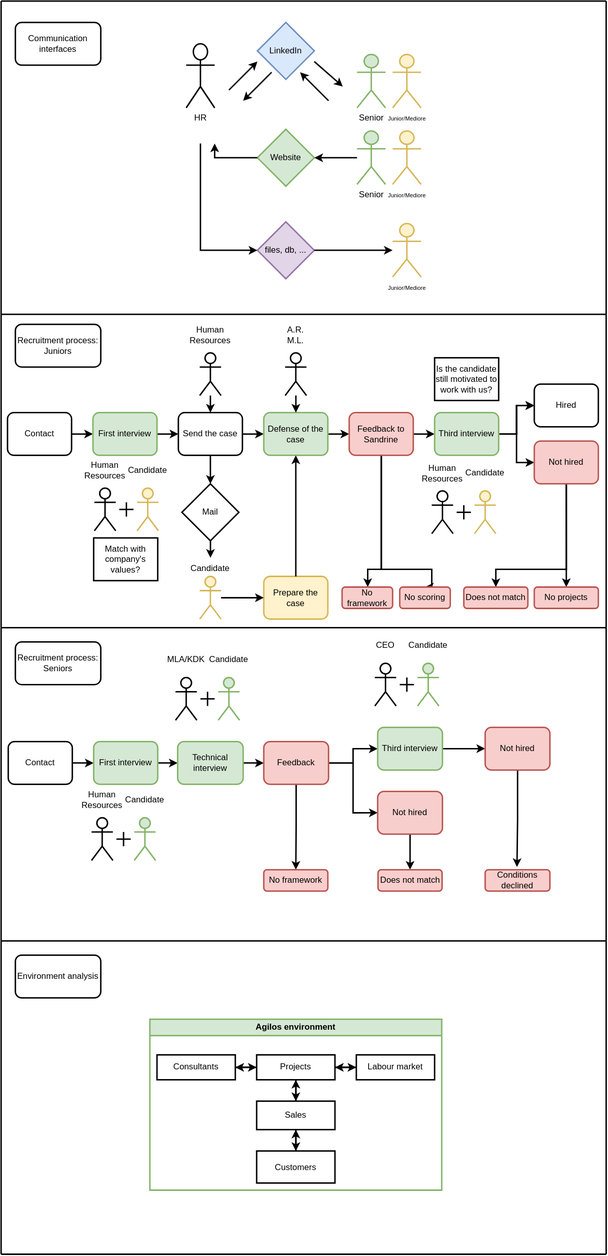
issamaro/issamaro.github.io keeps this draw.io diagram as Agilos processes.drawio.svg. Above is the earlier version. Source tidied: cells renumbered, new cells last; positions are measured from the earlier drawing's top-left corner, leaving out a move shared by most shapes.
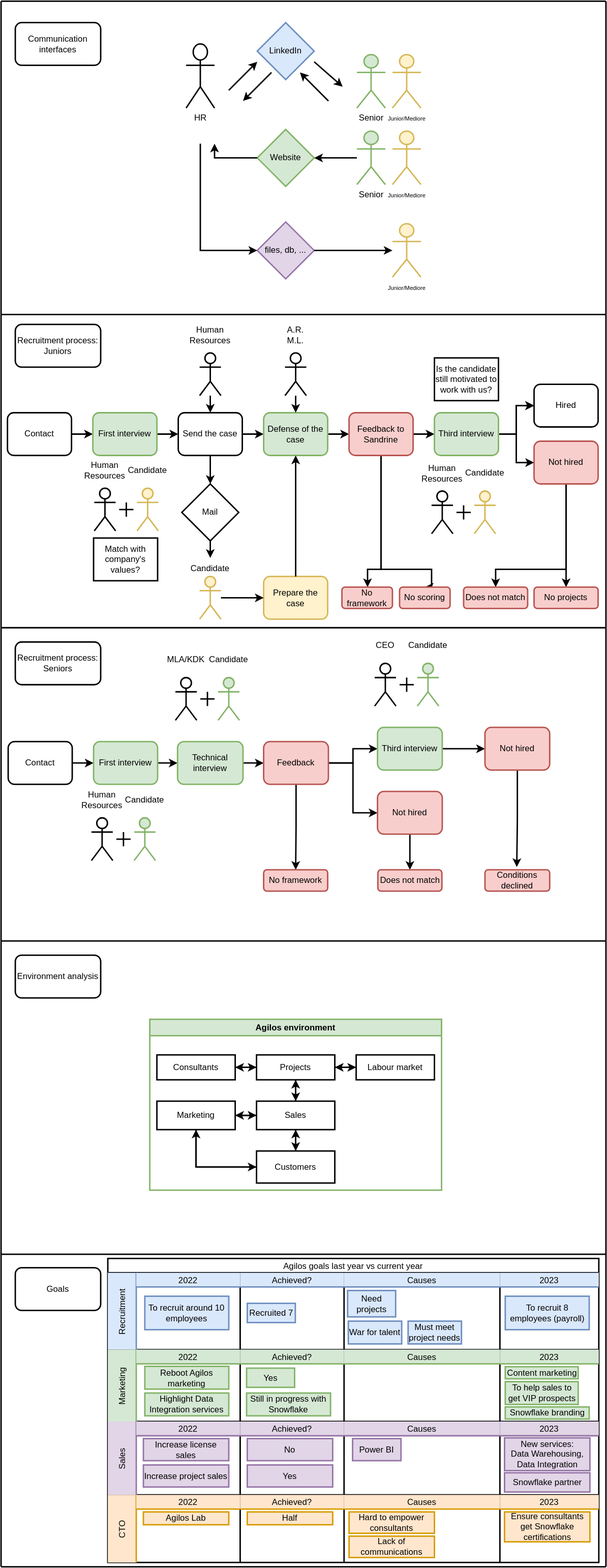
The same file after the commit.

Commit message:
add Agilos goals table

What changed in the source:
```diff
@@ -569,6 +569,9 @@
     <mxCell id="152" style="edgeStyle=orthogonalEdgeStyle;rounded=0;jettySize=auto;html=1;entryX=0.5;entryY=0;entryDx=0;entryDy=0;strokeWidth=2;" parent="144" edge="1" source="153" target="157">
       <mxGeometry relative="1" as="geometry" />
     </mxCell>
+    <mxCell id="158" style="edgeStyle=orthogonalEdgeStyle;rounded=0;jettySize=auto;html=1;entryX=1;entryY=0.5;entryDx=0;entryDy=0;strokeWidth=2;" parent="144" edge="1" source="153" target="162">
+      <mxGeometry relative="1" as="geometry" />
+    </mxCell>
     <mxCell id="153" value="Sales" style="rounded=0;whiteSpace=wrap;html=1;strokeWidth=2;" parent="144" vertex="1">
       <mxGeometry x="150" y="115" width="110" height="40" as="geometry" />
     </mxCell>
@@ -581,8 +584,179 @@
     <mxCell id="156" style="edgeStyle=orthogonalEdgeStyle;rounded=0;jettySize=auto;html=1;entryX=0.5;entryY=1;entryDx=0;entryDy=0;strokeWidth=2;" parent="144" edge="1" source="157" target="153">
       <mxGeometry relative="1" as="geometry" />
     </mxCell>
+    <mxCell id="159" style="edgeStyle=orthogonalEdgeStyle;rounded=0;jettySize=auto;html=1;entryX=0.5;entryY=1;entryDx=0;entryDy=0;strokeWidth=2;" parent="144" edge="1" source="157" target="162">
+      <mxGeometry relative="1" as="geometry" />
+    </mxCell>
     <mxCell id="157" value="Customers" style="rounded=0;whiteSpace=wrap;html=1;strokeWidth=2;" parent="144" vertex="1">
       <mxGeometry x="150" y="185" width="110" height="45" as="geometry" />
     </mxCell>
+    <mxCell id="160" style="edgeStyle=orthogonalEdgeStyle;rounded=0;jettySize=auto;html=1;entryX=0;entryY=0.5;entryDx=0;entryDy=0;strokeWidth=2;" parent="144" edge="1" source="162" target="153">
+      <mxGeometry relative="1" as="geometry" />
+    </mxCell>
+    <mxCell id="161" style="edgeStyle=orthogonalEdgeStyle;rounded=0;jettySize=auto;html=1;entryX=0;entryY=0.5;entryDx=0;entryDy=0;exitX=0.5;exitY=1;exitDx=0;exitDy=0;strokeWidth=2;" parent="144" edge="1" source="162" target="157">
+      <mxGeometry relative="1" as="geometry" />
+    </mxCell>
+    <mxCell id="162" value="Marketing" style="rounded=0;whiteSpace=wrap;html=1;strokeWidth=2;" parent="144" vertex="1">
+      <mxGeometry x="10" y="115" width="110" height="40" as="geometry" />
+    </mxCell>
+    <mxCell id="163" style="endArrow=none;html=1;rounded=0;strokeWidth=2;" parent="1" edge="1">
+      <mxGeometry relative="1" as="geometry">
+        <mxPoint y="2199" as="sourcePoint" />
+        <mxPoint x="850" y="2199" as="targetPoint" />
+      </mxGeometry>
+    </mxCell>
+    <mxCell id="164" style="endArrow=none;html=1;rounded=0;strokeWidth=2;" parent="1" edge="1">
+      <mxGeometry relative="1" as="geometry">
+        <mxPoint y="2199" as="sourcePoint" />
+        <mxPoint y="1759" as="targetPoint" />
+      </mxGeometry>
+    </mxCell>
+    <mxCell id="165" style="endArrow=none;html=1;rounded=0;strokeWidth=2;" parent="1" edge="1">
+      <mxGeometry relative="1" as="geometry">
+        <mxPoint x="850" y="2199" as="sourcePoint" />
+        <mxPoint x="850" y="1759" as="targetPoint" />
+      </mxGeometry>
+    </mxCell>
+    <mxCell id="166" value="Goals" style="rounded=1;whiteSpace=wrap;html=1;strokeWidth=2;" parent="1" vertex="1">
+      <mxGeometry x="20" y="1779" width="120" height="60" as="geometry" />
+    </mxCell>
+    <mxCell id="167" value="Agilos goals last year vs current year" style="shape=table;startSize=20;strokeWidth=2;" parent="1" vertex="1">
+      <mxGeometry x="150" y="1766" width="690" height="427" as="geometry" />
+    </mxCell>
+    <mxCell id="168" value="Recruitment" style="shape=tableRow;horizontal=0;swimlaneHead=0;swimlaneBody=0;top=0;left=0;strokeColor=#6c8ebf;bottom=0;right=0;fontStyle=0;fillColor=#dae8fc;startSize=40;flipV=1;strokeWidth=2;" parent="167" vertex="1">
+      <mxGeometry y="20" width="690" height="108" as="geometry" />
+    </mxCell>
+    <mxCell id="169" value="2022" style="swimlane;swimlaneHead=0;swimlaneBody=0;fontStyle=0;strokeColor=#6c8ebf;fillColor=#dae8fc;startSize=20;strokeWidth=2;" parent="168" vertex="1">
+      <mxGeometry x="40" width="146" height="108" as="geometry" />
+    </mxCell>
+    <mxCell id="170" value="&lt;span style=&quot;background-color: initial;&quot;&gt;To recruit around 10 employees&lt;br&gt;&lt;/span&gt;" style="rounded=0;whiteSpace=wrap;html=1;strokeWidth=2;fillColor=#dae8fc;strokeColor=#6c8ebf;" parent="169" vertex="1">
+      <mxGeometry x="12" y="33" width="118" height="47" as="geometry" />
+    </mxCell>
+    <mxCell id="171" value="Achieved?" style="swimlane;swimlaneHead=0;swimlaneBody=0;fontStyle=0;strokeColor=#6c8ebf;fillColor=#dae8fc;startSize=20;strokeWidth=2;" parent="168" vertex="1">
+      <mxGeometry x="186" width="146" height="108" as="geometry" />
+    </mxCell>
+    <mxCell id="172" value="&lt;span style=&quot;background-color: initial;&quot;&gt;Recruited 7&lt;br&gt;&lt;/span&gt;" style="rounded=0;whiteSpace=wrap;html=1;strokeWidth=2;fillColor=#dae8fc;strokeColor=#6c8ebf;" parent="171" vertex="1">
+      <mxGeometry x="10" y="43" width="67.5" height="27" as="geometry" />
+    </mxCell>
+    <mxCell id="173" value="Causes" style="swimlane;swimlaneHead=0;swimlaneBody=0;fontStyle=0;strokeColor=#6c8ebf;fillColor=#dae8fc;startSize=20;strokeWidth=2;" parent="168" vertex="1">
+      <mxGeometry x="332" width="219" height="108" as="geometry" />
+    </mxCell>
+    <mxCell id="174" value="Need projects" style="rounded=0;whiteSpace=wrap;html=1;strokeWidth=2;fillColor=#dae8fc;strokeColor=#6c8ebf;" parent="173" vertex="1">
+      <mxGeometry x="5" y="25" width="67.5" height="37" as="geometry" />
+    </mxCell>
+    <mxCell id="175" value="Must meet project needs" style="rounded=0;whiteSpace=wrap;html=1;strokeWidth=2;fillColor=#dae8fc;strokeColor=#6c8ebf;" parent="173" vertex="1">
+      <mxGeometry x="90" y="68" width="75" height="32" as="geometry" />
+    </mxCell>
+    <mxCell id="176" value="War for talent" style="rounded=0;whiteSpace=wrap;html=1;strokeWidth=2;fillColor=#dae8fc;strokeColor=#6c8ebf;" parent="173" vertex="1">
+      <mxGeometry x="6" y="68" width="75" height="32" as="geometry" />
+    </mxCell>
+    <mxCell id="177" value="2023" style="swimlane;swimlaneHead=0;swimlaneBody=0;fontStyle=0;strokeColor=#6c8ebf;fillColor=#dae8fc;startSize=20;strokeWidth=2;" parent="168" vertex="1">
+      <mxGeometry x="551" width="139" height="108" as="geometry" />
+    </mxCell>
+    <mxCell id="178" value="&lt;span style=&quot;background-color: initial;&quot;&gt;To recruit 8 employees (payroll)&lt;br&gt;&lt;/span&gt;" style="rounded=0;whiteSpace=wrap;html=1;strokeWidth=2;fillColor=#dae8fc;strokeColor=#6c8ebf;" parent="177" vertex="1">
+      <mxGeometry x="7.5" y="33" width="118" height="47" as="geometry" />
+    </mxCell>
+    <mxCell id="179" value="Marketing" style="shape=tableRow;horizontal=0;swimlaneHead=0;swimlaneBody=0;top=0;left=0;strokeColor=#82b366;bottom=0;right=0;fontStyle=0;fillColor=#d5e8d4;startSize=40;flipV=1;strokeWidth=2;" parent="167" vertex="1">
+      <mxGeometry y="128" width="690" height="101" as="geometry" />
+    </mxCell>
+    <mxCell id="180" value="2022" style="swimlane;swimlaneHead=0;swimlaneBody=0;fontStyle=0;strokeColor=#82b366;fillColor=#d5e8d4;startSize=20;strokeWidth=2;" parent="179" vertex="1">
+      <mxGeometry x="40" width="146" height="101" as="geometry" />
+    </mxCell>
+    <mxCell id="181" value="&lt;span style=&quot;background-color: initial;&quot;&gt;Reboot Agilos marketing&lt;br&gt;&lt;/span&gt;" style="rounded=0;whiteSpace=wrap;html=1;strokeWidth=2;fillColor=#d5e8d4;strokeColor=#82b366;" parent="180" vertex="1">
+      <mxGeometry x="12" y="23.5" width="118" height="32" as="geometry" />
+    </mxCell>
+    <mxCell id="182" value="&lt;span style=&quot;background-color: initial;&quot;&gt;Highlight Data Integration services&lt;br&gt;&lt;/span&gt;" style="rounded=0;whiteSpace=wrap;html=1;strokeWidth=2;fillColor=#d5e8d4;strokeColor=#82b366;" parent="180" vertex="1">
+      <mxGeometry x="12" y="61" width="118" height="32" as="geometry" />
+    </mxCell>
+    <mxCell id="183" value="Achieved?" style="swimlane;swimlaneHead=0;swimlaneBody=0;fontStyle=0;strokeColor=#82b366;fillColor=#d5e8d4;startSize=20;strokeWidth=2;" parent="179" vertex="1">
+      <mxGeometry x="186" width="146" height="101" as="geometry" />
+    </mxCell>
+    <mxCell id="184" value="&lt;span style=&quot;background-color: initial;&quot;&gt;Yes&lt;br&gt;&lt;/span&gt;" style="rounded=0;whiteSpace=wrap;html=1;strokeWidth=2;fillColor=#d5e8d4;strokeColor=#82b366;" parent="183" vertex="1">
+      <mxGeometry x="9" y="26" width="67.5" height="27" as="geometry" />
+    </mxCell>
+    <mxCell id="185" value="&lt;span style=&quot;background-color: initial;&quot;&gt;Still in progress with Snowflake&lt;br&gt;&lt;/span&gt;" style="rounded=0;whiteSpace=wrap;html=1;strokeWidth=2;fillColor=#d5e8d4;strokeColor=#82b366;" parent="183" vertex="1">
+      <mxGeometry x="9" y="61" width="118" height="32" as="geometry" />
+    </mxCell>
+    <mxCell id="186" value="Causes" style="swimlane;swimlaneHead=0;swimlaneBody=0;fontStyle=0;strokeColor=#82b366;fillColor=#d5e8d4;startSize=20;strokeWidth=2;" parent="179" vertex="1">
+      <mxGeometry x="332" width="219" height="101" as="geometry" />
+    </mxCell>
+    <mxCell id="187" value="2023" style="swimlane;swimlaneHead=0;swimlaneBody=0;fontStyle=0;strokeColor=#82b366;fillColor=#d5e8d4;startSize=20;strokeWidth=2;" parent="179" vertex="1">
+      <mxGeometry x="551" width="139" height="101" as="geometry" />
+    </mxCell>
+    <mxCell id="188" value="&lt;span style=&quot;background-color: initial;&quot;&gt;Snowflake branding&lt;br&gt;&lt;/span&gt;" style="rounded=0;whiteSpace=wrap;html=1;strokeWidth=2;fillColor=#d5e8d4;strokeColor=#82b366;" parent="187" vertex="1">
+      <mxGeometry x="7.5" y="80.5" width="118" height="17" as="geometry" />
+    </mxCell>
+    <mxCell id="189" value="&lt;span style=&quot;background-color: initial;&quot;&gt;To help sales to get VIP prospects&lt;br&gt;&lt;/span&gt;" style="rounded=0;whiteSpace=wrap;html=1;strokeWidth=2;fillColor=#d5e8d4;strokeColor=#82b366;" parent="187" vertex="1">
+      <mxGeometry x="7.5" y="45" width="102.5" height="32" as="geometry" />
+    </mxCell>
+    <mxCell id="190" value="&lt;span style=&quot;background-color: initial;&quot;&gt;Content marketing&lt;br&gt;&lt;/span&gt;" style="rounded=0;whiteSpace=wrap;html=1;strokeWidth=2;fillColor=#d5e8d4;strokeColor=#82b366;" parent="187" vertex="1">
+      <mxGeometry x="7.5" y="24" width="102.5" height="17" as="geometry" />
+    </mxCell>
+    <mxCell id="191" value="Sales" style="shape=tableRow;horizontal=0;swimlaneHead=0;swimlaneBody=0;top=0;left=0;strokeColor=#9673a6;bottom=0;right=0;fontStyle=0;fillColor=#e1d5e7;startSize=40;flipV=1;strokeWidth=2;" parent="167" vertex="1">
+      <mxGeometry y="229" width="690" height="103" as="geometry" />
+    </mxCell>
+    <mxCell id="192" value="2022" style="swimlane;swimlaneHead=0;swimlaneBody=0;fontStyle=0;strokeColor=#9673a6;fillColor=#e1d5e7;startSize=20;strokeWidth=2;" parent="191" vertex="1">
+      <mxGeometry x="40" width="146" height="103" as="geometry" />
+    </mxCell>
+    <mxCell id="193" value="Increase license sales" style="rounded=0;whiteSpace=wrap;html=1;strokeWidth=2;fillColor=#e1d5e7;strokeColor=#9673a6;" parent="192" vertex="1">
+      <mxGeometry x="10" y="24" width="120" height="31" as="geometry" />
+    </mxCell>
+    <mxCell id="194" value="Increase project sales" style="rounded=0;whiteSpace=wrap;html=1;strokeWidth=2;fillColor=#e1d5e7;strokeColor=#9673a6;" parent="192" vertex="1">
+      <mxGeometry x="10" y="61" width="120" height="31" as="geometry" />
+    </mxCell>
+    <mxCell id="195" value="Achieved?" style="swimlane;swimlaneHead=0;swimlaneBody=0;fontStyle=0;strokeColor=#9673a6;fillColor=#e1d5e7;startSize=20;strokeWidth=2;" parent="191" vertex="1">
+      <mxGeometry x="186" width="146" height="103" as="geometry" />
+    </mxCell>
+    <mxCell id="196" value="No" style="rounded=0;whiteSpace=wrap;html=1;strokeWidth=2;fillColor=#e1d5e7;strokeColor=#9673a6;" parent="195" vertex="1">
+      <mxGeometry x="10" y="24" width="120" height="31" as="geometry" />
+    </mxCell>
+    <mxCell id="197" value="Yes" style="rounded=0;whiteSpace=wrap;html=1;strokeWidth=2;fillColor=#e1d5e7;strokeColor=#9673a6;" parent="195" vertex="1">
+      <mxGeometry x="10" y="61" width="120" height="31" as="geometry" />
+    </mxCell>
+    <mxCell id="198" value="Causes" style="swimlane;swimlaneHead=0;swimlaneBody=0;fontStyle=0;strokeColor=#9673a6;fillColor=#e1d5e7;startSize=20;strokeWidth=2;" parent="191" vertex="1">
+      <mxGeometry x="332" width="219" height="103" as="geometry" />
+    </mxCell>
+    <mxCell id="199" value="Power BI" style="rounded=0;whiteSpace=wrap;html=1;strokeWidth=2;fillColor=#e1d5e7;strokeColor=#9673a6;" parent="198" vertex="1">
+      <mxGeometry x="12" y="24" width="68" height="31" as="geometry" />
+    </mxCell>
+    <mxCell id="200" value="2023" style="swimlane;swimlaneHead=0;swimlaneBody=0;fontStyle=0;strokeColor=#9673a6;fillColor=#e1d5e7;startSize=20;strokeWidth=2;" parent="191" vertex="1">
+      <mxGeometry x="551" width="139" height="103" as="geometry" />
+    </mxCell>
+    <mxCell id="201" value="New services:&lt;br&gt;Data Warehousing, Data Integration" style="rounded=0;whiteSpace=wrap;html=1;strokeWidth=2;fillColor=#e1d5e7;strokeColor=#9673a6;" parent="200" vertex="1">
+      <mxGeometry x="6.5" y="23" width="120" height="46" as="geometry" />
+    </mxCell>
+    <mxCell id="202" value="Snowflake partner" style="rounded=0;whiteSpace=wrap;html=1;strokeWidth=2;fillColor=#e1d5e7;strokeColor=#9673a6;" parent="200" vertex="1">
+      <mxGeometry x="6.5" y="72" width="120" height="27" as="geometry" />
+    </mxCell>
+    <mxCell id="203" value="CTO" style="shape=tableRow;horizontal=0;swimlaneHead=0;swimlaneBody=0;top=0;left=0;strokeColor=#d79b00;bottom=0;right=0;fontStyle=0;fillColor=#ffe6cc;startSize=40;flipV=1;strokeWidth=2;" parent="167" vertex="1">
+      <mxGeometry y="332" width="690" height="95" as="geometry" />
+    </mxCell>
+    <mxCell id="204" value="2022" style="swimlane;swimlaneHead=0;swimlaneBody=0;fontStyle=0;strokeColor=#d79b00;fillColor=#ffe6cc;startSize=20;strokeWidth=2;" parent="203" vertex="1">
+      <mxGeometry x="40" width="146" height="95" as="geometry" />
+    </mxCell>
+    <mxCell id="205" value="Agilos Lab" style="rounded=0;whiteSpace=wrap;html=1;fillColor=#ffe6cc;strokeColor=#d79b00;strokeWidth=2;" parent="204" vertex="1">
+      <mxGeometry x="10" y="24" width="120" height="18" as="geometry" />
+    </mxCell>
+    <mxCell id="206" value="Achieved?" style="swimlane;swimlaneHead=0;swimlaneBody=0;fontStyle=0;strokeColor=#d79b00;fillColor=#ffe6cc;startSize=20;strokeWidth=2;" parent="203" vertex="1">
+      <mxGeometry x="186" width="146" height="95" as="geometry" />
+    </mxCell>
+    <mxCell id="207" value="Half" style="rounded=0;whiteSpace=wrap;html=1;fillColor=#ffe6cc;strokeColor=#d79b00;strokeWidth=2;" parent="206" vertex="1">
+      <mxGeometry x="10" y="24" width="120" height="18" as="geometry" />
+    </mxCell>
+    <mxCell id="208" value="Causes" style="swimlane;swimlaneHead=0;swimlaneBody=0;fontStyle=0;strokeColor=#d79b00;fillColor=#ffe6cc;startSize=20;strokeWidth=2;" parent="203" vertex="1">
+      <mxGeometry x="332" width="219" height="95" as="geometry" />
+    </mxCell>
+    <mxCell id="209" value="Hard to empower consultants" style="rounded=0;whiteSpace=wrap;html=1;fillColor=#ffe6cc;strokeColor=#d79b00;strokeWidth=2;" parent="208" vertex="1">
+      <mxGeometry x="7" y="24" width="120" height="30" as="geometry" />
+    </mxCell>
+    <mxCell id="210" value="Lack of communications" style="rounded=0;whiteSpace=wrap;html=1;fillColor=#ffe6cc;strokeColor=#d79b00;strokeWidth=2;" parent="208" vertex="1">
+      <mxGeometry x="7" y="58" width="120" height="30" as="geometry" />
+    </mxCell>
+    <mxCell id="211" value="2023" style="swimlane;swimlaneHead=0;swimlaneBody=0;fontStyle=0;strokeColor=#d79b00;fillColor=#ffe6cc;startSize=20;strokeWidth=2;" parent="203" vertex="1">
+      <mxGeometry x="551" width="139" height="95" as="geometry" />
+    </mxCell>
+    <mxCell id="212" value="Ensure consultants get Snowflake certifications" style="rounded=0;whiteSpace=wrap;html=1;fillColor=#ffe6cc;strokeColor=#d79b00;strokeWidth=2;" parent="211" vertex="1">
+      <mxGeometry x="6.5" y="24" width="120" height="42" as="geometry" />
+    </mxCell>
   </root>
 </mxGraphModel>
```
